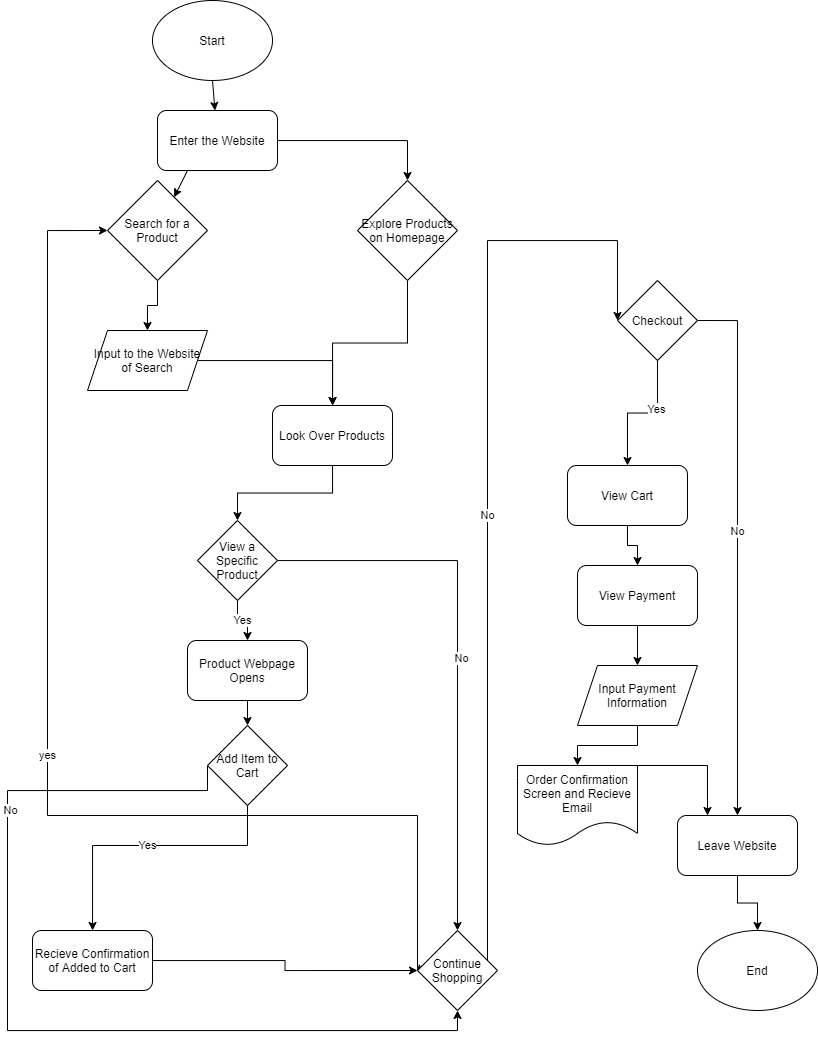
Above: part2/part2.drawio.png in elhuo/wi21-cse110-lab4 (draw.io), before the change. Source tidied: cells renumbered, new cells last; positions are measured from the earlier drawing's top-left corner, leaving out a move shared by most shapes. Source of this version:
```xml
<mxGraphModel>
  <root>
    <mxCell id="0" />
    <mxCell id="1" parent="0" />
    <mxCell id="2" value="Start" style="ellipse;whiteSpace=wrap;html=1;" parent="1" vertex="1">
      <mxGeometry x="145" width="120" height="80" as="geometry" />
    </mxCell>
    <mxCell id="3" style="endArrow=classic;html=1;exitX=0.5;exitY=1;exitDx=0;exitDy=0;" parent="1" edge="1" source="2" target="5">
      <mxGeometry relative="1" as="geometry" />
    </mxCell>
    <mxCell id="4" style="edgeStyle=orthogonalEdgeStyle;rounded=0;jettySize=auto;html=1;" parent="1" edge="1" source="5" target="10">
      <mxGeometry relative="1" as="geometry" />
    </mxCell>
    <mxCell id="5" value="Enter the Website" style="rounded=1;whiteSpace=wrap;html=1;" parent="1" vertex="1">
      <mxGeometry x="150" y="110" width="120" height="60" as="geometry" />
    </mxCell>
    <mxCell id="6" style="endArrow=classic;html=1;exitX=0.25;exitY=1;exitDx=0;exitDy=0;" parent="1" edge="1" source="5" target="8">
      <mxGeometry relative="1" as="geometry" />
    </mxCell>
    <mxCell id="7" style="edgeStyle=orthogonalEdgeStyle;rounded=0;jettySize=auto;html=1;" parent="1" edge="1" source="8" target="12">
      <mxGeometry relative="1" as="geometry" />
    </mxCell>
    <mxCell id="8" value="Search for a Product" style="rhombus;whiteSpace=wrap;html=1;" parent="1" vertex="1">
      <mxGeometry x="100" y="180" width="100" height="100" as="geometry" />
    </mxCell>
    <mxCell id="9" style="edgeStyle=orthogonalEdgeStyle;rounded=0;jettySize=auto;html=1;" parent="1" edge="1" source="10" target="14">
      <mxGeometry relative="1" as="geometry" />
    </mxCell>
    <mxCell id="10" value="Explore Products on Homepage" style="rhombus;whiteSpace=wrap;html=1;" parent="1" vertex="1">
      <mxGeometry x="350" y="180" width="100" height="100" as="geometry" />
    </mxCell>
    <mxCell id="11" style="edgeStyle=orthogonalEdgeStyle;rounded=0;jettySize=auto;html=1;" parent="1" edge="1" source="12" target="14">
      <mxGeometry relative="1" as="geometry" />
    </mxCell>
    <mxCell id="12" value="Input to the Website of Search" style="shape=parallelogram;perimeter=parallelogramPerimeter;whiteSpace=wrap;html=1;fixedSize=1;" parent="1" vertex="1">
      <mxGeometry x="80" y="330" width="120" height="60" as="geometry" />
    </mxCell>
    <mxCell id="13" style="edgeStyle=orthogonalEdgeStyle;rounded=0;jettySize=auto;html=1;" parent="1" edge="1" source="14" target="18">
      <mxGeometry relative="1" as="geometry" />
    </mxCell>
    <mxCell id="14" value="Look Over Products" style="rounded=1;whiteSpace=wrap;html=1;" parent="1" vertex="1">
      <mxGeometry x="265" y="405" width="120" height="60" as="geometry" />
    </mxCell>
    <mxCell id="15" style="edgeStyle=orthogonalEdgeStyle;rounded=0;jettySize=auto;html=1;" parent="1" edge="1" source="18" target="22">
      <mxGeometry relative="1" as="geometry" />
    </mxCell>
    <mxCell id="16" value="No" style="edgeLabel;html=1;align=center;verticalAlign=middle;" parent="15" vertex="1">
      <mxGeometry x="0.01" y="3" relative="1" as="geometry" />
    </mxCell>
    <mxCell id="17" value="Yes" style="edgeStyle=orthogonalEdgeStyle;rounded=0;jettySize=auto;html=1;" parent="1" edge="1" source="18" target="24">
      <mxGeometry relative="1" as="geometry" />
    </mxCell>
    <mxCell id="18" value="View a Specific Product" style="rhombus;whiteSpace=wrap;html=1;" parent="1" vertex="1">
      <mxGeometry x="190" y="520" width="80" height="80" as="geometry" />
    </mxCell>
    <mxCell id="19" value="yes" style="edgeStyle=orthogonalEdgeStyle;rounded=0;jettySize=auto;html=1;exitX=0;exitY=0.5;exitDx=0;exitDy=0;entryX=0;entryY=0.5;entryDx=0;entryDy=0;" parent="1" edge="1" source="22" target="8">
      <mxGeometry relative="1" as="geometry">
        <Array as="points">
          <mxPoint x="410" y="815" />
          <mxPoint x="40" y="815" />
          <mxPoint x="40" y="230" />
        </Array>
      </mxGeometry>
    </mxCell>
    <mxCell id="20" value="No" style="edgeStyle=orthogonalEdgeStyle;rounded=0;jettySize=auto;html=1;entryX=0;entryY=0.5;entryDx=0;entryDy=0;" parent="1" edge="1" source="22" target="34">
      <mxGeometry relative="1" as="geometry">
        <Array as="points">
          <mxPoint x="480" y="970" />
          <mxPoint x="480" y="240" />
        </Array>
      </mxGeometry>
    </mxCell>
    <mxCell id="21" style="edgeStyle=orthogonalEdgeStyle;rounded=0;jettySize=auto;html=1;exitX=0;exitY=0.5;exitDx=0;exitDy=0;" parent="1" edge="1" source="22">
      <mxGeometry relative="1" as="geometry">
        <mxPoint x="409.5" y="970.5" as="targetPoint" />
      </mxGeometry>
    </mxCell>
    <mxCell id="22" value="Continue Shopping" style="rhombus;whiteSpace=wrap;html=1;" parent="1" vertex="1">
      <mxGeometry x="410" y="930" width="80" height="80" as="geometry" />
    </mxCell>
    <mxCell id="23" style="edgeStyle=orthogonalEdgeStyle;rounded=0;jettySize=auto;html=1;" parent="1" edge="1" source="24" target="46">
      <mxGeometry relative="1" as="geometry" />
    </mxCell>
    <mxCell id="24" value="Product Webpage Opens" style="rounded=1;whiteSpace=wrap;html=1;" parent="1" vertex="1">
      <mxGeometry x="180" y="640" width="120" height="60" as="geometry" />
    </mxCell>
    <mxCell id="25" value="Yes" style="edgeStyle=orthogonalEdgeStyle;rounded=0;jettySize=auto;html=1;" parent="1" edge="1" source="46" target="29">
      <mxGeometry relative="1" as="geometry">
        <Array as="points">
          <mxPoint x="240" y="845" />
          <mxPoint x="85" y="845" />
        </Array>
      </mxGeometry>
    </mxCell>
    <mxCell id="26" style="edgeStyle=orthogonalEdgeStyle;rounded=0;jettySize=auto;html=1;exitX=0;exitY=0.5;exitDx=0;exitDy=0;entryX=0.5;entryY=1;entryDx=0;entryDy=0;" parent="1" edge="1" source="46" target="22">
      <mxGeometry relative="1" as="geometry">
        <Array as="points">
          <mxPoint y="790" />
          <mxPoint y="1030" />
          <mxPoint x="450" y="1030" />
        </Array>
      </mxGeometry>
    </mxCell>
    <mxCell id="27" value="No" style="edgeLabel;html=1;align=center;verticalAlign=middle;" parent="26" vertex="1">
      <mxGeometry x="-0.48" y="1" relative="1" as="geometry">
        <mxPoint x="1" as="offset" />
      </mxGeometry>
    </mxCell>
    <mxCell id="28" style="edgeStyle=orthogonalEdgeStyle;rounded=0;jettySize=auto;html=1;entryX=0;entryY=0.5;entryDx=0;entryDy=0;" parent="1" edge="1" source="29" target="22">
      <mxGeometry relative="1" as="geometry" />
    </mxCell>
    <mxCell id="29" value="Recieve Confirmation of Added to Cart" style="rounded=1;whiteSpace=wrap;html=1;" parent="1" vertex="1">
      <mxGeometry x="25" y="930" width="120" height="60" as="geometry" />
    </mxCell>
    <mxCell id="30" style="edgeStyle=orthogonalEdgeStyle;rounded=0;jettySize=auto;html=1;exitX=1;exitY=0.5;exitDx=0;exitDy=0;entryX=0.5;entryY=0;entryDx=0;entryDy=0;" parent="1" edge="1" source="34" target="36">
      <mxGeometry relative="1" as="geometry" />
    </mxCell>
    <mxCell id="31" value="No" style="edgeLabel;html=1;align=center;verticalAlign=middle;" parent="30" vertex="1">
      <mxGeometry x="-0.06" y="-1" relative="1" as="geometry" />
    </mxCell>
    <mxCell id="32" style="edgeStyle=orthogonalEdgeStyle;rounded=0;jettySize=auto;html=1;entryX=0.5;entryY=0;entryDx=0;entryDy=0;" parent="1" edge="1" source="34" target="39">
      <mxGeometry relative="1" as="geometry" />
    </mxCell>
    <mxCell id="33" value="Yes" style="edgeLabel;html=1;align=center;verticalAlign=middle;" parent="32" vertex="1">
      <mxGeometry x="-0.29" y="-2" relative="1" as="geometry" />
    </mxCell>
    <mxCell id="34" value="Checkout" style="rhombus;whiteSpace=wrap;html=1;" parent="1" vertex="1">
      <mxGeometry x="610" y="280" width="80" height="80" as="geometry" />
    </mxCell>
    <mxCell id="35" style="edgeStyle=orthogonalEdgeStyle;rounded=0;jettySize=auto;html=1;" parent="1" edge="1" source="36" target="37">
      <mxGeometry relative="1" as="geometry" />
    </mxCell>
    <mxCell id="36" value="Leave Website" style="rounded=1;whiteSpace=wrap;html=1;" parent="1" vertex="1">
      <mxGeometry x="670" y="815" width="120" height="60" as="geometry" />
    </mxCell>
    <mxCell id="37" value="End" style="ellipse;whiteSpace=wrap;html=1;" parent="1" vertex="1">
      <mxGeometry x="690" y="930" width="120" height="80" as="geometry" />
    </mxCell>
    <mxCell id="38" style="edgeStyle=orthogonalEdgeStyle;rounded=0;jettySize=auto;html=1;" parent="1" edge="1" source="39" target="41">
      <mxGeometry relative="1" as="geometry" />
    </mxCell>
    <mxCell id="39" value="View Cart" style="rounded=1;whiteSpace=wrap;html=1;" parent="1" vertex="1">
      <mxGeometry x="560" y="465" width="120" height="60" as="geometry" />
    </mxCell>
    <mxCell id="40" style="edgeStyle=orthogonalEdgeStyle;rounded=0;jettySize=auto;html=1;" parent="1" edge="1" source="41" target="43">
      <mxGeometry relative="1" as="geometry" />
    </mxCell>
    <mxCell id="41" value="View Payment" style="rounded=1;whiteSpace=wrap;html=1;" parent="1" vertex="1">
      <mxGeometry x="570" y="565" width="120" height="60" as="geometry" />
    </mxCell>
    <mxCell id="42" style="edgeStyle=orthogonalEdgeStyle;rounded=0;jettySize=auto;html=1;" parent="1" edge="1" source="43" target="45">
      <mxGeometry relative="1" as="geometry" />
    </mxCell>
    <mxCell id="43" value="Input Payment Information" style="shape=parallelogram;perimeter=parallelogramPerimeter;whiteSpace=wrap;html=1;fixedSize=1;" parent="1" vertex="1">
      <mxGeometry x="570" y="665" width="120" height="60" as="geometry" />
    </mxCell>
    <mxCell id="44" style="edgeStyle=orthogonalEdgeStyle;rounded=0;jettySize=auto;html=1;entryX=0.25;entryY=0;entryDx=0;entryDy=0;" parent="1" edge="1" source="45" target="36">
      <mxGeometry relative="1" as="geometry">
        <Array as="points">
          <mxPoint x="700" y="765" />
        </Array>
      </mxGeometry>
    </mxCell>
    <mxCell id="45" value="Order Confirmation Screen and Recieve Email" style="shape=document;whiteSpace=wrap;html=1;boundedLbl=1;" parent="1" vertex="1">
      <mxGeometry x="510" y="765" width="120" height="80" as="geometry" />
    </mxCell>
    <mxCell id="46" value="Add Item to Cart" style="rhombus;whiteSpace=wrap;html=1;" parent="1" vertex="1">
      <mxGeometry x="200" y="725" width="80" height="80" as="geometry" />
    </mxCell>
  </root>
</mxGraphModel>
```
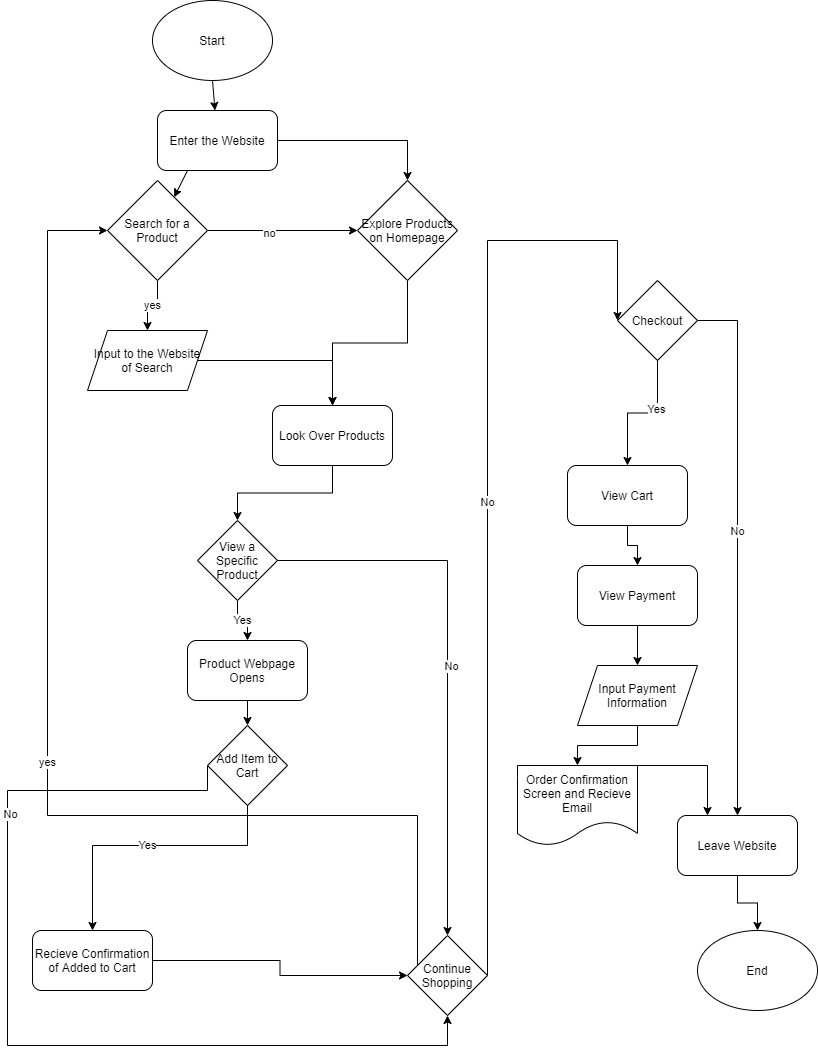
Above is the later version.

The edit, as a diff of the source:
```diff
@@ -17,9 +17,15 @@
     <mxCell id="6" style="endArrow=classic;html=1;exitX=0.25;exitY=1;exitDx=0;exitDy=0;" parent="1" edge="1" source="5" target="8">
       <mxGeometry relative="1" as="geometry" />
     </mxCell>
-    <mxCell id="7" style="edgeStyle=orthogonalEdgeStyle;rounded=0;jettySize=auto;html=1;" parent="1" edge="1" source="8" target="12">
+    <mxCell id="7" value="yes" style="edgeStyle=orthogonalEdgeStyle;rounded=0;jettySize=auto;html=1;" parent="1" edge="1" source="8" target="12">
       <mxGeometry relative="1" as="geometry" />
     </mxCell>
+    <mxCell id="47" style="edgeStyle=orthogonalEdgeStyle;rounded=0;jettySize=auto;html=1;exitX=1;exitY=0.5;exitDx=0;exitDy=0;entryX=0;entryY=0.5;entryDx=0;entryDy=0;" parent="1" edge="1" source="8" target="10">
+      <mxGeometry relative="1" as="geometry" />
+    </mxCell>
+    <mxCell id="48" value="no" style="edgeLabel;html=1;align=center;verticalAlign=middle;" parent="47" vertex="1">
+      <mxGeometry x="-0.19" y="-2" relative="1" as="geometry" />
+    </mxCell>
     <mxCell id="8" value="Search for a Product" style="rhombus;whiteSpace=wrap;html=1;" parent="1" vertex="1">
       <mxGeometry x="100" y="180" width="100" height="100" as="geometry" />
     </mxCell>
@@ -70,13 +76,8 @@
         </Array>
       </mxGeometry>
     </mxCell>
-    <mxCell id="21" style="edgeStyle=orthogonalEdgeStyle;rounded=0;jettySize=auto;html=1;exitX=0;exitY=0.5;exitDx=0;exitDy=0;" parent="1" edge="1" source="22">
-      <mxGeometry relative="1" as="geometry">
-        <mxPoint x="409.5" y="970.5" as="targetPoint" />
-      </mxGeometry>
-    </mxCell>
     <mxCell id="22" value="Continue Shopping" style="rhombus;whiteSpace=wrap;html=1;" parent="1" vertex="1">
-      <mxGeometry x="410" y="930" width="80" height="80" as="geometry" />
+      <mxGeometry x="400" y="935" width="80" height="80" as="geometry" />
     </mxCell>
     <mxCell id="23" style="edgeStyle=orthogonalEdgeStyle;rounded=0;jettySize=auto;html=1;" parent="1" edge="1" source="24" target="46">
       <mxGeometry relative="1" as="geometry" />
@@ -95,9 +96,10 @@
     <mxCell id="26" style="edgeStyle=orthogonalEdgeStyle;rounded=0;jettySize=auto;html=1;exitX=0;exitY=0.5;exitDx=0;exitDy=0;entryX=0.5;entryY=1;entryDx=0;entryDy=0;" parent="1" edge="1" source="46" target="22">
       <mxGeometry relative="1" as="geometry">
         <Array as="points">
+          <mxPoint x="200" y="790" />
           <mxPoint y="790" />
-          <mxPoint y="1030" />
-          <mxPoint x="450" y="1030" />
+          <mxPoint y="1045" />
+          <mxPoint x="440" y="1045" />
         </Array>
       </mxGeometry>
     </mxCell>
```
